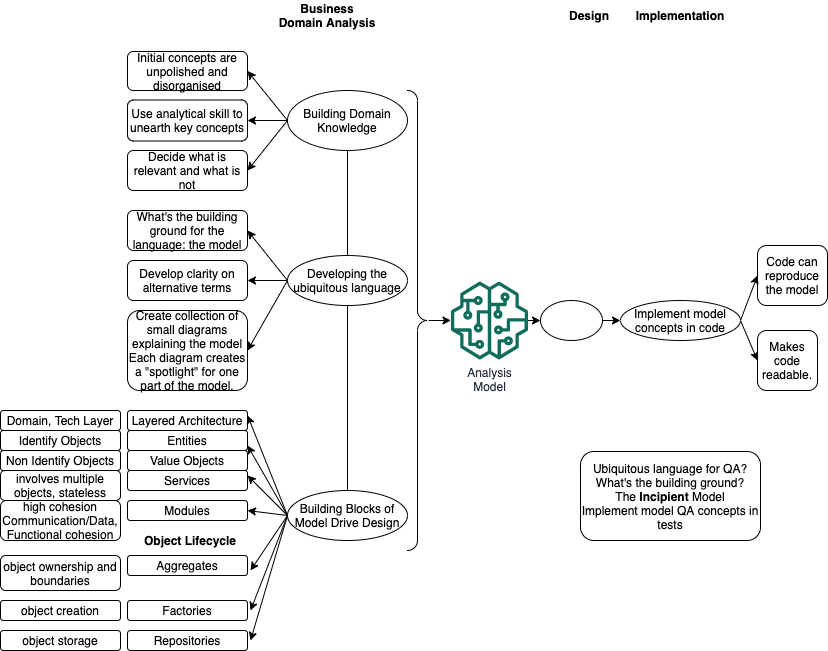
s-gurjit/diagrams keeps this draw.io diagram as domain-driven-design.png. Above is the earlier version. Source tidied: cells renumbered, new cells last; positions are measured from the earlier drawing's top-left corner, leaving out a move shared by most shapes.
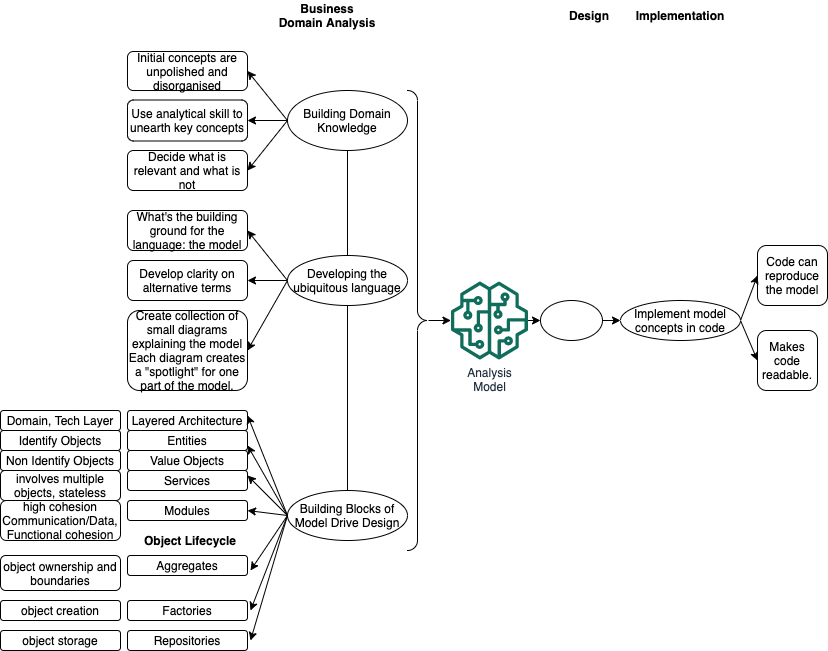
The same diagram one commit later.

The edit, as a diff of the source:
```diff
@@ -17,9 +17,6 @@
     <mxCell id="6" value="Decide what is relevant and what is not" style="rounded=1;whiteSpace=wrap;html=1;" parent="1" vertex="1">
       <mxGeometry x="127" y="150" width="120" height="40" as="geometry" />
     </mxCell>
-    <mxCell id="7" value="Ubiquitous language for QA?&lt;br&gt;What's the building ground?&lt;br&gt;The &lt;b&gt;Incipient&lt;/b&gt;&amp;nbsp;Model&lt;br&gt;Implement model QA concepts in tests" style="rounded=1;whiteSpace=wrap;html=1;" parent="1" vertex="1">
-      <mxGeometry x="580" y="451" width="180" height="89" as="geometry" />
-    </mxCell>
     <mxCell id="8" value="What's the building ground for the language: the model" style="rounded=1;whiteSpace=wrap;html=1;" parent="1" vertex="1">
       <mxGeometry x="127" y="210" width="120" height="40" as="geometry" />
     </mxCell>
```
